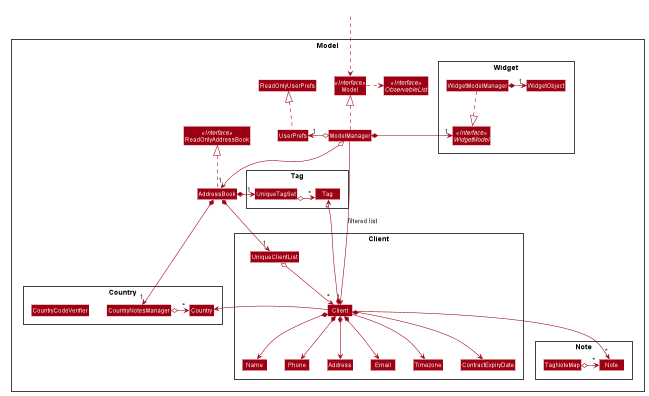
This is docs/images/ModelClassDiagram.png from tankangliang/tp, a PlantUML export, as it was before one commit.
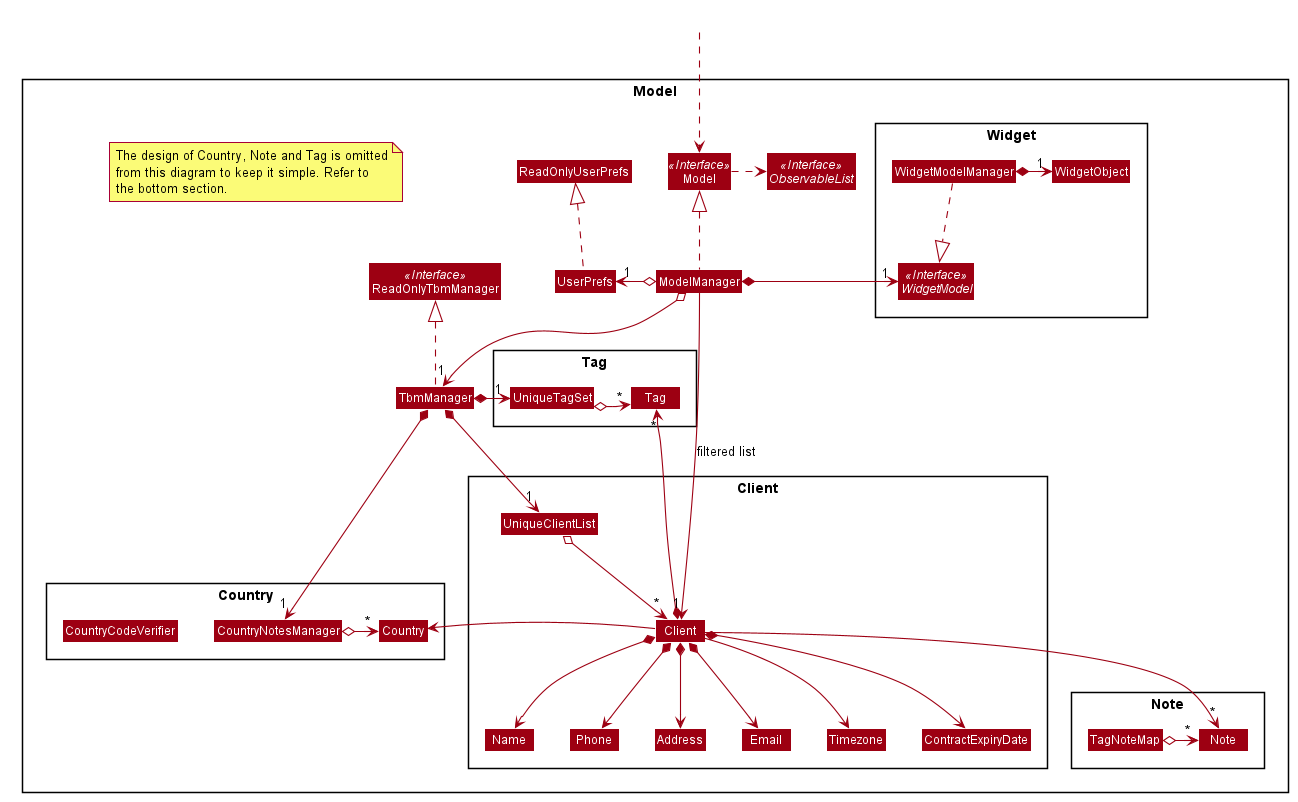
Above is the later version.

Change to the diagram source:
```diff
@@ -52,11 +52,11 @@
 skinparam classBackgroundColor #9D0012
 
 Package Model <<Rectangle>>{
-Interface ReadOnlyAddressBook <<Interface>>
+Interface ReadOnlyTbmManager <<Interface>>
 Interface Model <<Interface>>
 Interface ObservableList <<Interface>>
-Class AddressBook
-Class ReadOnlyAddressBook
+Class TbmManager
+Class ReadOnlyTbmManager
 Class Model
 Class ModelManager
 Class UserPrefs
@@ -67,6 +67,8 @@
 Class WidgetModelManager
 Class WidgetObject
 }
+
+note "The design of Country, Note and Tag is omitted\nfrom this diagram to keep it simple. Refer to\nthe bottom section." as N1
 
 Package Client {
 Class Client
@@ -110,20 +112,20 @@
 Class HiddenOutside #FFFFFF
 HiddenOutside ..> Model
 
-AddressBook .up.|> ReadOnlyAddressBook
+TbmManager .up.|> ReadOnlyTbmManager
 
 ModelManager .up.|> Model
 Model .right.> ObservableList
-ModelManager o--> "1" AddressBook
+ModelManager o--> "1" TbmManager
 ModelManager o-left-> "1" UserPrefs
 ModelManager *-right->"1" WidgetModel
-AddressBook *-right->"1" UniqueTagSet
-AddressBook *-right-> "1" CountryNotesManager
+TbmManager *-right->"1" UniqueTagSet
+TbmManager *-right-> "1" CountryNotesManager
 
 
 UserPrefs .up.|> ReadOnlyUserPrefs
 
-AddressBook *--> "1" UniqueClientList
+TbmManager *--> "1" UniqueClientList
 UniqueClientList o--> "*" Client
 Client *--> Name
 Client *--> Phone
```
